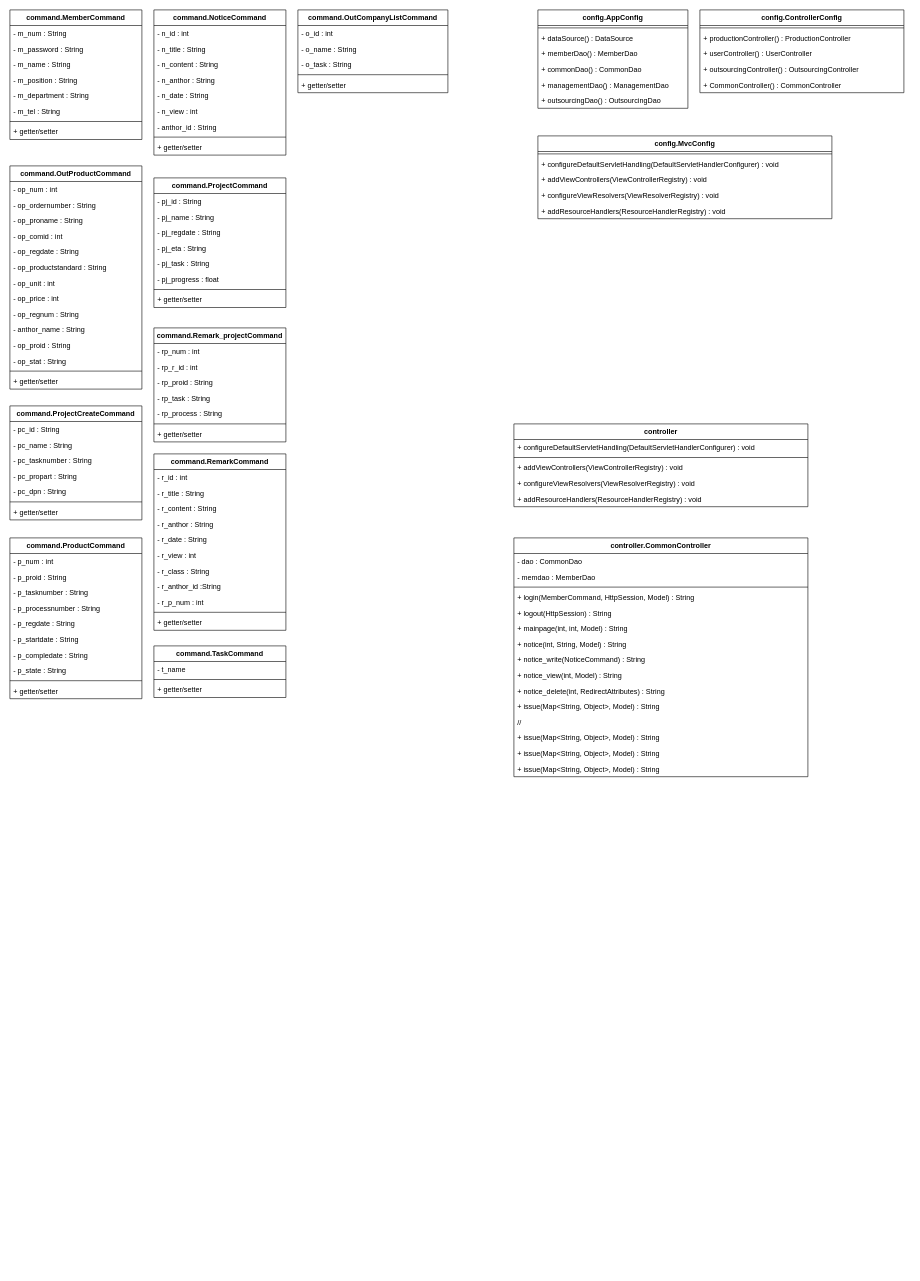
Above: 제목 없는 다이어그램.drawio in PangCao/project_hc (draw.io), before the change. Source tidied: cells renumbered, new cells numbered last; positions are measured from the earlier drawing's top-left corner, leaving out a move shared by most shapes. Both pictures are drawn from the tidied source at 60%, with x=0, y=0 at pixel (10, 10).
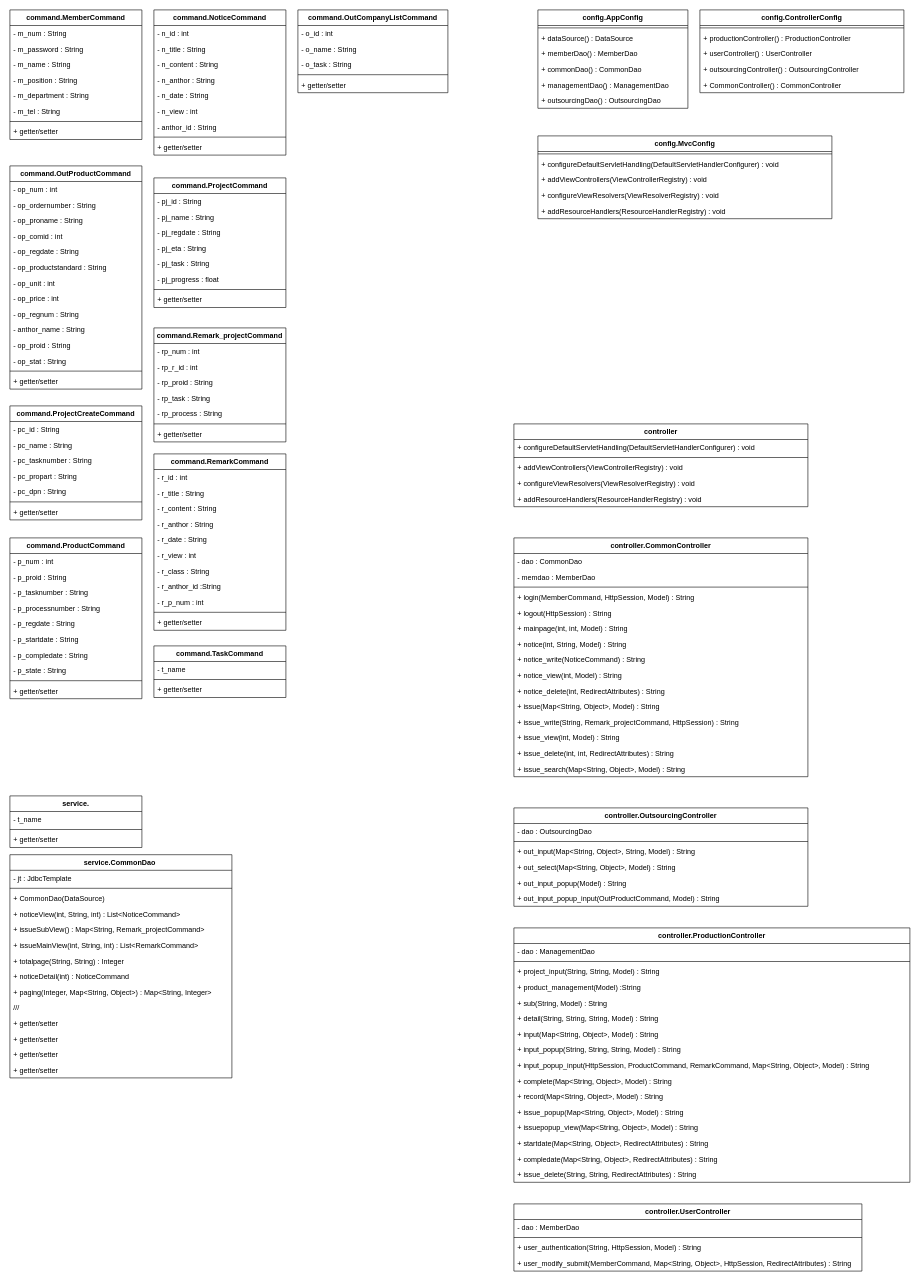
The same diagram, later.

Commit message:
제목 없는 다이어그램.drawio 업데이트

The change refers to these unchanged cells:
```xml
<mxCell id="113" value="controller.CommonController" style="swimlane;fontStyle=1;align=center;verticalAlign=top;horizontal=1;startSize=26;" parent="1" vertex="1">
  <mxGeometry x="840" y="880" width="490" height="398" as="geometry" />
</mxCell>
```

The edit, as a diff of the source:
```diff
@@
-    <mxCell id="125" value="//" style="text;strokeColor=none;fillColor=none;align=left;verticalAlign=top;spacingLeft=4;spacingRight=4;overflow=hidden;" parent="113" vertex="1">
+    <mxCell id="125" value="+ issue_write(String, Remark_projectCommand, HttpSession) : String" style="text;strokeColor=none;fillColor=none;align=left;verticalAlign=top;spacingLeft=4;spacingRight=4;overflow=hidden;" parent="113" vertex="1">
       <mxGeometry y="294" width="490" height="26" as="geometry" />
     </mxCell>
-    <mxCell id="126" value="+ issue(Map&lt;String, Object&gt;, Model) : String" style="text;strokeColor=none;fillColor=none;align=left;verticalAlign=top;spacingLeft=4;spacingRight=4;overflow=hidden;" parent="113" vertex="1">
+    <mxCell id="126" value="+ issue_view(int, Model) : String" style="text;strokeColor=none;fillColor=none;align=left;verticalAlign=top;spacingLeft=4;spacingRight=4;overflow=hidden;" parent="113" vertex="1">
       <mxGeometry y="320" width="490" height="26" as="geometry" />
     </mxCell>
-    <mxCell id="127" value="+ issue(Map&lt;String, Object&gt;, Model) : String" style="text;strokeColor=none;fillColor=none;align=left;verticalAlign=top;spacingLeft=4;spacingRight=4;overflow=hidden;" parent="113" vertex="1">
+    <mxCell id="127" value="+ issue_delete(int, int, RedirectAttributes) : String" style="text;strokeColor=none;fillColor=none;align=left;verticalAlign=top;spacingLeft=4;spacingRight=4;overflow=hidden;" parent="113" vertex="1">
       <mxGeometry y="346" width="490" height="26" as="geometry" />
     </mxCell>
-    <mxCell id="128" value="+ issue(Map&lt;String, Object&gt;, Model) : String" style="text;strokeColor=none;fillColor=none;align=left;verticalAlign=top;spacingLeft=4;spacingRight=4;overflow=hidden;" parent="113" vertex="1">
+    <mxCell id="128" value="+ issue_search(Map&lt;String, Object&gt;, Model) : String" style="text;strokeColor=none;fillColor=none;align=left;verticalAlign=top;spacingLeft=4;spacingRight=4;overflow=hidden;" parent="113" vertex="1">
       <mxGeometry y="372" width="490" height="26" as="geometry" />
     </mxCell>
@@
+    <mxCell id="135" value="controller.OutsourcingController" style="swimlane;fontStyle=1;align=center;verticalAlign=top;horizontal=1;startSize=26;" parent="1" vertex="1">
+      <mxGeometry x="840" y="1330" width="490" height="164" as="geometry" />
+    </mxCell>
+    <mxCell id="136" value="- dao : OutsourcingDao" style="text;strokeColor=none;fillColor=none;align=left;verticalAlign=top;spacingLeft=4;spacingRight=4;overflow=hidden;" parent="135" vertex="1">
+      <mxGeometry y="26" width="490" height="26" as="geometry" />
+    </mxCell>
+    <mxCell id="137" style="line;strokeWidth=1;fillColor=none;align=left;verticalAlign=middle;spacingTop=-1;spacingLeft=3;spacingRight=3;labelPosition=right;" parent="135" vertex="1">
+      <mxGeometry y="52" width="490" height="8" as="geometry" />
+    </mxCell>
+    <mxCell id="138" value="+ out_input(Map&lt;String, Object&gt;, String, Model) : String" style="text;strokeColor=none;fillColor=none;align=left;verticalAlign=top;spacingLeft=4;spacingRight=4;overflow=hidden;" parent="135" vertex="1">
+      <mxGeometry y="60" width="490" height="26" as="geometry" />
+    </mxCell>
+    <mxCell id="139" value="+ out_select(Map&lt;String, Object&gt;, Model) : String" style="text;strokeColor=none;fillColor=none;align=left;verticalAlign=top;spacingLeft=4;spacingRight=4;overflow=hidden;" parent="135" vertex="1">
+      <mxGeometry y="86" width="490" height="26" as="geometry" />
+    </mxCell>
+    <mxCell id="140" value="+ out_input_popup(Model) : String" style="text;strokeColor=none;fillColor=none;align=left;verticalAlign=top;spacingLeft=4;spacingRight=4;overflow=hidden;" parent="135" vertex="1">
+      <mxGeometry y="112" width="490" height="26" as="geometry" />
+    </mxCell>
+    <mxCell id="141" value="+ out_input_popup_input(OutProductCommand, Model) : String" style="text;strokeColor=none;fillColor=none;align=left;verticalAlign=top;spacingLeft=4;spacingRight=4;overflow=hidden;" parent="135" vertex="1">
+      <mxGeometry y="138" width="490" height="26" as="geometry" />
+    </mxCell>
+    <mxCell id="142" value="controller.ProductionController" style="swimlane;fontStyle=1;align=center;verticalAlign=top;horizontal=1;startSize=26;" parent="1" vertex="1">
+      <mxGeometry x="840" y="1530" width="660" height="424" as="geometry" />
+    </mxCell>
+    <mxCell id="143" value="- dao : ManagementDao" style="text;strokeColor=none;fillColor=none;align=left;verticalAlign=top;spacingLeft=4;spacingRight=4;overflow=hidden;" parent="142" vertex="1">
+      <mxGeometry y="26" width="660" height="26" as="geometry" />
+    </mxCell>
+    <mxCell id="144" style="line;strokeWidth=1;fillColor=none;align=left;verticalAlign=middle;spacingTop=-1;spacingLeft=3;spacingRight=3;labelPosition=right;" parent="142" vertex="1">
+      <mxGeometry y="52" width="660" height="8" as="geometry" />
+    </mxCell>
+    <mxCell id="145" value="+ project_input(String, String, Model) : String" style="text;strokeColor=none;fillColor=none;align=left;verticalAlign=top;spacingLeft=4;spacingRight=4;overflow=hidden;" parent="142" vertex="1">
+      <mxGeometry y="60" width="660" height="26" as="geometry" />
+    </mxCell>
+    <mxCell id="146" value="+ product_management(Model) :String" style="text;strokeColor=none;fillColor=none;align=left;verticalAlign=top;spacingLeft=4;spacingRight=4;overflow=hidden;" parent="142" vertex="1">
+      <mxGeometry y="86" width="660" height="26" as="geometry" />
+    </mxCell>
+    <mxCell id="147" value="+ sub(String, Model) : String" style="text;strokeColor=none;fillColor=none;align=left;verticalAlign=top;spacingLeft=4;spacingRight=4;overflow=hidden;" parent="142" vertex="1">
+      <mxGeometry y="112" width="660" height="26" as="geometry" />
+    </mxCell>
+    <mxCell id="148" value="+ detail(String, String, String, Model) : String" style="text;strokeColor=none;fillColor=none;align=left;verticalAlign=top;spacingLeft=4;spacingRight=4;overflow=hidden;" parent="142" vertex="1">
+      <mxGeometry y="138" width="660" height="26" as="geometry" />
+    </mxCell>
+    <mxCell id="149" value="+ input(Map&lt;String, Object&gt;, Model) : String" style="text;strokeColor=none;fillColor=none;align=left;verticalAlign=top;spacingLeft=4;spacingRight=4;overflow=hidden;" parent="142" vertex="1">
+      <mxGeometry y="164" width="660" height="26" as="geometry" />
+    </mxCell>
+    <mxCell id="150" value="+ input_popup(String, String, String, Model) : String" style="text;strokeColor=none;fillColor=none;align=left;verticalAlign=top;spacingLeft=4;spacingRight=4;overflow=hidden;" parent="142" vertex="1">
+      <mxGeometry y="190" width="660" height="26" as="geometry" />
+    </mxCell>
+    <mxCell id="151" value="+ input_popup_input(HttpSession, ProductCommand, RemarkCommand, Map&lt;String, Object&gt;, Model) : String" style="text;strokeColor=none;fillColor=none;align=left;verticalAlign=top;spacingLeft=4;spacingRight=4;overflow=hidden;" parent="142" vertex="1">
+      <mxGeometry y="216" width="660" height="26" as="geometry" />
+    </mxCell>
+    <mxCell id="152" value="+ complete(Map&lt;String, Object&gt;, Model) : String" style="text;strokeColor=none;fillColor=none;align=left;verticalAlign=top;spacingLeft=4;spacingRight=4;overflow=hidden;" parent="142" vertex="1">
+      <mxGeometry y="242" width="660" height="26" as="geometry" />
+    </mxCell>
+    <mxCell id="153" value="+ record(Map&lt;String, Object&gt;, Model) : String" style="text;strokeColor=none;fillColor=none;align=left;verticalAlign=top;spacingLeft=4;spacingRight=4;overflow=hidden;" parent="142" vertex="1">
+      <mxGeometry y="268" width="660" height="26" as="geometry" />
+    </mxCell>
+    <mxCell id="154" value="+ issue_popup(Map&lt;String, Object&gt;, Model) : String" style="text;strokeColor=none;fillColor=none;align=left;verticalAlign=top;spacingLeft=4;spacingRight=4;overflow=hidden;" parent="142" vertex="1">
+      <mxGeometry y="294" width="660" height="26" as="geometry" />
+    </mxCell>
+    <mxCell id="155" value="+ issuepopup_view(Map&lt;String, Object&gt;, Model) : String" style="text;strokeColor=none;fillColor=none;align=left;verticalAlign=top;spacingLeft=4;spacingRight=4;overflow=hidden;" parent="142" vertex="1">
+      <mxGeometry y="320" width="660" height="26" as="geometry" />
+    </mxCell>
+    <mxCell id="156" value="+ startdate(Map&lt;String, Object&gt;, RedirectAttributes) : String" style="text;strokeColor=none;fillColor=none;align=left;verticalAlign=top;spacingLeft=4;spacingRight=4;overflow=hidden;" parent="142" vertex="1">
+      <mxGeometry y="346" width="660" height="26" as="geometry" />
+    </mxCell>
+    <mxCell id="157" value="+ compledate(Map&lt;String, Object&gt;, RedirectAttributes) : String" style="text;strokeColor=none;fillColor=none;align=left;verticalAlign=top;spacingLeft=4;spacingRight=4;overflow=hidden;" parent="142" vertex="1">
+      <mxGeometry y="372" width="660" height="26" as="geometry" />
+    </mxCell>
+    <mxCell id="158" value="+ issue_delete(String, String, RedirectAttributes) : String" style="text;strokeColor=none;fillColor=none;align=left;verticalAlign=top;spacingLeft=4;spacingRight=4;overflow=hidden;" parent="142" vertex="1">
+      <mxGeometry y="398" width="660" height="26" as="geometry" />
+    </mxCell>
+    <mxCell id="159" value="controller.UserController" style="swimlane;fontStyle=1;align=center;verticalAlign=top;horizontal=1;startSize=26;" parent="1" vertex="1">
+      <mxGeometry x="840" y="1990" width="580" height="112" as="geometry" />
+    </mxCell>
+    <mxCell id="160" value="- dao : MemberDao" style="text;strokeColor=none;fillColor=none;align=left;verticalAlign=top;spacingLeft=4;spacingRight=4;overflow=hidden;" parent="159" vertex="1">
+      <mxGeometry y="26" width="580" height="26" as="geometry" />
+    </mxCell>
+    <mxCell id="161" style="line;strokeWidth=1;fillColor=none;align=left;verticalAlign=middle;spacingTop=-1;spacingLeft=3;spacingRight=3;labelPosition=right;" parent="159" vertex="1">
+      <mxGeometry y="52" width="580" height="8" as="geometry" />
+    </mxCell>
+    <mxCell id="162" value="+ user_authentication(String, HttpSession, Model) : String" style="text;strokeColor=none;fillColor=none;align=left;verticalAlign=top;spacingLeft=4;spacingRight=4;overflow=hidden;" parent="159" vertex="1">
+      <mxGeometry y="60" width="580" height="26" as="geometry" />
+    </mxCell>
+    <mxCell id="163" value="+ user_modify_submit(MemberCommand, Map&lt;String, Object&gt;, HttpSession, RedirectAttributes) : String" style="text;strokeColor=none;fillColor=none;align=left;verticalAlign=top;spacingLeft=4;spacingRight=4;overflow=hidden;" parent="159" vertex="1">
+      <mxGeometry y="86" width="580" height="26" as="geometry" />
+    </mxCell>
+    <mxCell id="164" value="service.CommonDao " style="swimlane;fontStyle=1;align=center;verticalAlign=top;horizontal=1;startSize=26;" parent="1" vertex="1">
+      <mxGeometry y="1408" width="370" height="372" as="geometry" />
+    </mxCell>
+    <mxCell id="165" value="- jt : JdbcTemplate" style="text;strokeColor=none;fillColor=none;align=left;verticalAlign=top;spacingLeft=4;spacingRight=4;overflow=hidden;" parent="164" vertex="1">
+      <mxGeometry y="26" width="370" height="26" as="geometry" />
+    </mxCell>
+    <mxCell id="166" style="line;strokeWidth=1;fillColor=none;align=left;verticalAlign=middle;spacingTop=-1;spacingLeft=3;spacingRight=3;labelPosition=right;" parent="164" vertex="1">
+      <mxGeometry y="52" width="370" height="8" as="geometry" />
+    </mxCell>
+    <mxCell id="167" value="+ CommonDao(DataSource)" style="text;strokeColor=none;fillColor=none;align=left;verticalAlign=top;spacingLeft=4;spacingRight=4;overflow=hidden;" parent="164" vertex="1">
+      <mxGeometry y="60" width="370" height="26" as="geometry" />
+    </mxCell>
+    <mxCell id="168" value="+ noticeView(int, String, int) : List&lt;NoticeCommand&gt;" style="text;strokeColor=none;fillColor=none;align=left;verticalAlign=top;spacingLeft=4;spacingRight=4;overflow=hidden;" parent="164" vertex="1">
+      <mxGeometry y="86" width="370" height="26" as="geometry" />
+    </mxCell>
+    <mxCell id="169" value="+ issueSubView() : Map&lt;String, Remark_projectCommand&gt;" style="text;strokeColor=none;fillColor=none;align=left;verticalAlign=top;spacingLeft=4;spacingRight=4;overflow=hidden;" parent="164" vertex="1">
+      <mxGeometry y="112" width="370" height="26" as="geometry" />
+    </mxCell>
+    <mxCell id="170" value="+ issueMainView(int, String, int) : List&lt;RemarkCommand&gt;" style="text;strokeColor=none;fillColor=none;align=left;verticalAlign=top;spacingLeft=4;spacingRight=4;overflow=hidden;" parent="164" vertex="1">
+      <mxGeometry y="138" width="370" height="26" as="geometry" />
+    </mxCell>
+    <mxCell id="171" value="+ totalpage(String, String) : Integer" style="text;strokeColor=none;fillColor=none;align=left;verticalAlign=top;spacingLeft=4;spacingRight=4;overflow=hidden;" parent="164" vertex="1">
+      <mxGeometry y="164" width="370" height="26" as="geometry" />
+    </mxCell>
+    <mxCell id="172" value="+ noticeDetail(int) : NoticeCommand" style="text;strokeColor=none;fillColor=none;align=left;verticalAlign=top;spacingLeft=4;spacingRight=4;overflow=hidden;" parent="164" vertex="1">
+      <mxGeometry y="190" width="370" height="26" as="geometry" />
+    </mxCell>
+    <mxCell id="173" value="+ paging(Integer, Map&lt;String, Object&gt;) : Map&lt;String, Integer&gt;" style="text;strokeColor=none;fillColor=none;align=left;verticalAlign=top;spacingLeft=4;spacingRight=4;overflow=hidden;" parent="164" vertex="1">
+      <mxGeometry y="216" width="370" height="26" as="geometry" />
+    </mxCell>
+    <mxCell id="174" value="///" style="text;strokeColor=none;fillColor=none;align=left;verticalAlign=top;spacingLeft=4;spacingRight=4;overflow=hidden;" parent="164" vertex="1">
+      <mxGeometry y="242" width="370" height="26" as="geometry" />
+    </mxCell>
+    <mxCell id="175" value="+ getter/setter" style="text;strokeColor=none;fillColor=none;align=left;verticalAlign=top;spacingLeft=4;spacingRight=4;overflow=hidden;" parent="164" vertex="1">
+      <mxGeometry y="268" width="370" height="26" as="geometry" />
+    </mxCell>
+    <mxCell id="176" value="+ getter/setter" style="text;strokeColor=none;fillColor=none;align=left;verticalAlign=top;spacingLeft=4;spacingRight=4;overflow=hidden;" parent="164" vertex="1">
+      <mxGeometry y="294" width="370" height="26" as="geometry" />
+    </mxCell>
+    <mxCell id="177" value="+ getter/setter" style="text;strokeColor=none;fillColor=none;align=left;verticalAlign=top;spacingLeft=4;spacingRight=4;overflow=hidden;" parent="164" vertex="1">
+      <mxGeometry y="320" width="370" height="26" as="geometry" />
+    </mxCell>
+    <mxCell id="178" value="+ getter/setter" style="text;strokeColor=none;fillColor=none;align=left;verticalAlign=top;spacingLeft=4;spacingRight=4;overflow=hidden;" parent="164" vertex="1">
+      <mxGeometry y="346" width="370" height="26" as="geometry" />
+    </mxCell>
+    <mxCell id="179" value="service." style="swimlane;fontStyle=1;align=center;verticalAlign=top;horizontal=1;startSize=26;" parent="1" vertex="1">
+      <mxGeometry y="1310" width="220" height="86" as="geometry" />
+    </mxCell>
+    <mxCell id="180" value="- t_name" style="text;strokeColor=none;fillColor=none;align=left;verticalAlign=top;spacingLeft=4;spacingRight=4;overflow=hidden;" parent="179" vertex="1">
+      <mxGeometry y="26" width="220" height="26" as="geometry" />
+    </mxCell>
+    <mxCell id="181" style="line;strokeWidth=1;fillColor=none;align=left;verticalAlign=middle;spacingTop=-1;spacingLeft=3;spacingRight=3;labelPosition=right;" parent="179" vertex="1">
+      <mxGeometry y="52" width="220" height="8" as="geometry" />
+    </mxCell>
+    <mxCell id="182" value="+ getter/setter" style="text;strokeColor=none;fillColor=none;align=left;verticalAlign=top;spacingLeft=4;spacingRight=4;overflow=hidden;" parent="179" vertex="1">
+      <mxGeometry y="60" width="220" height="26" as="geometry" />
+    </mxCell>
```
